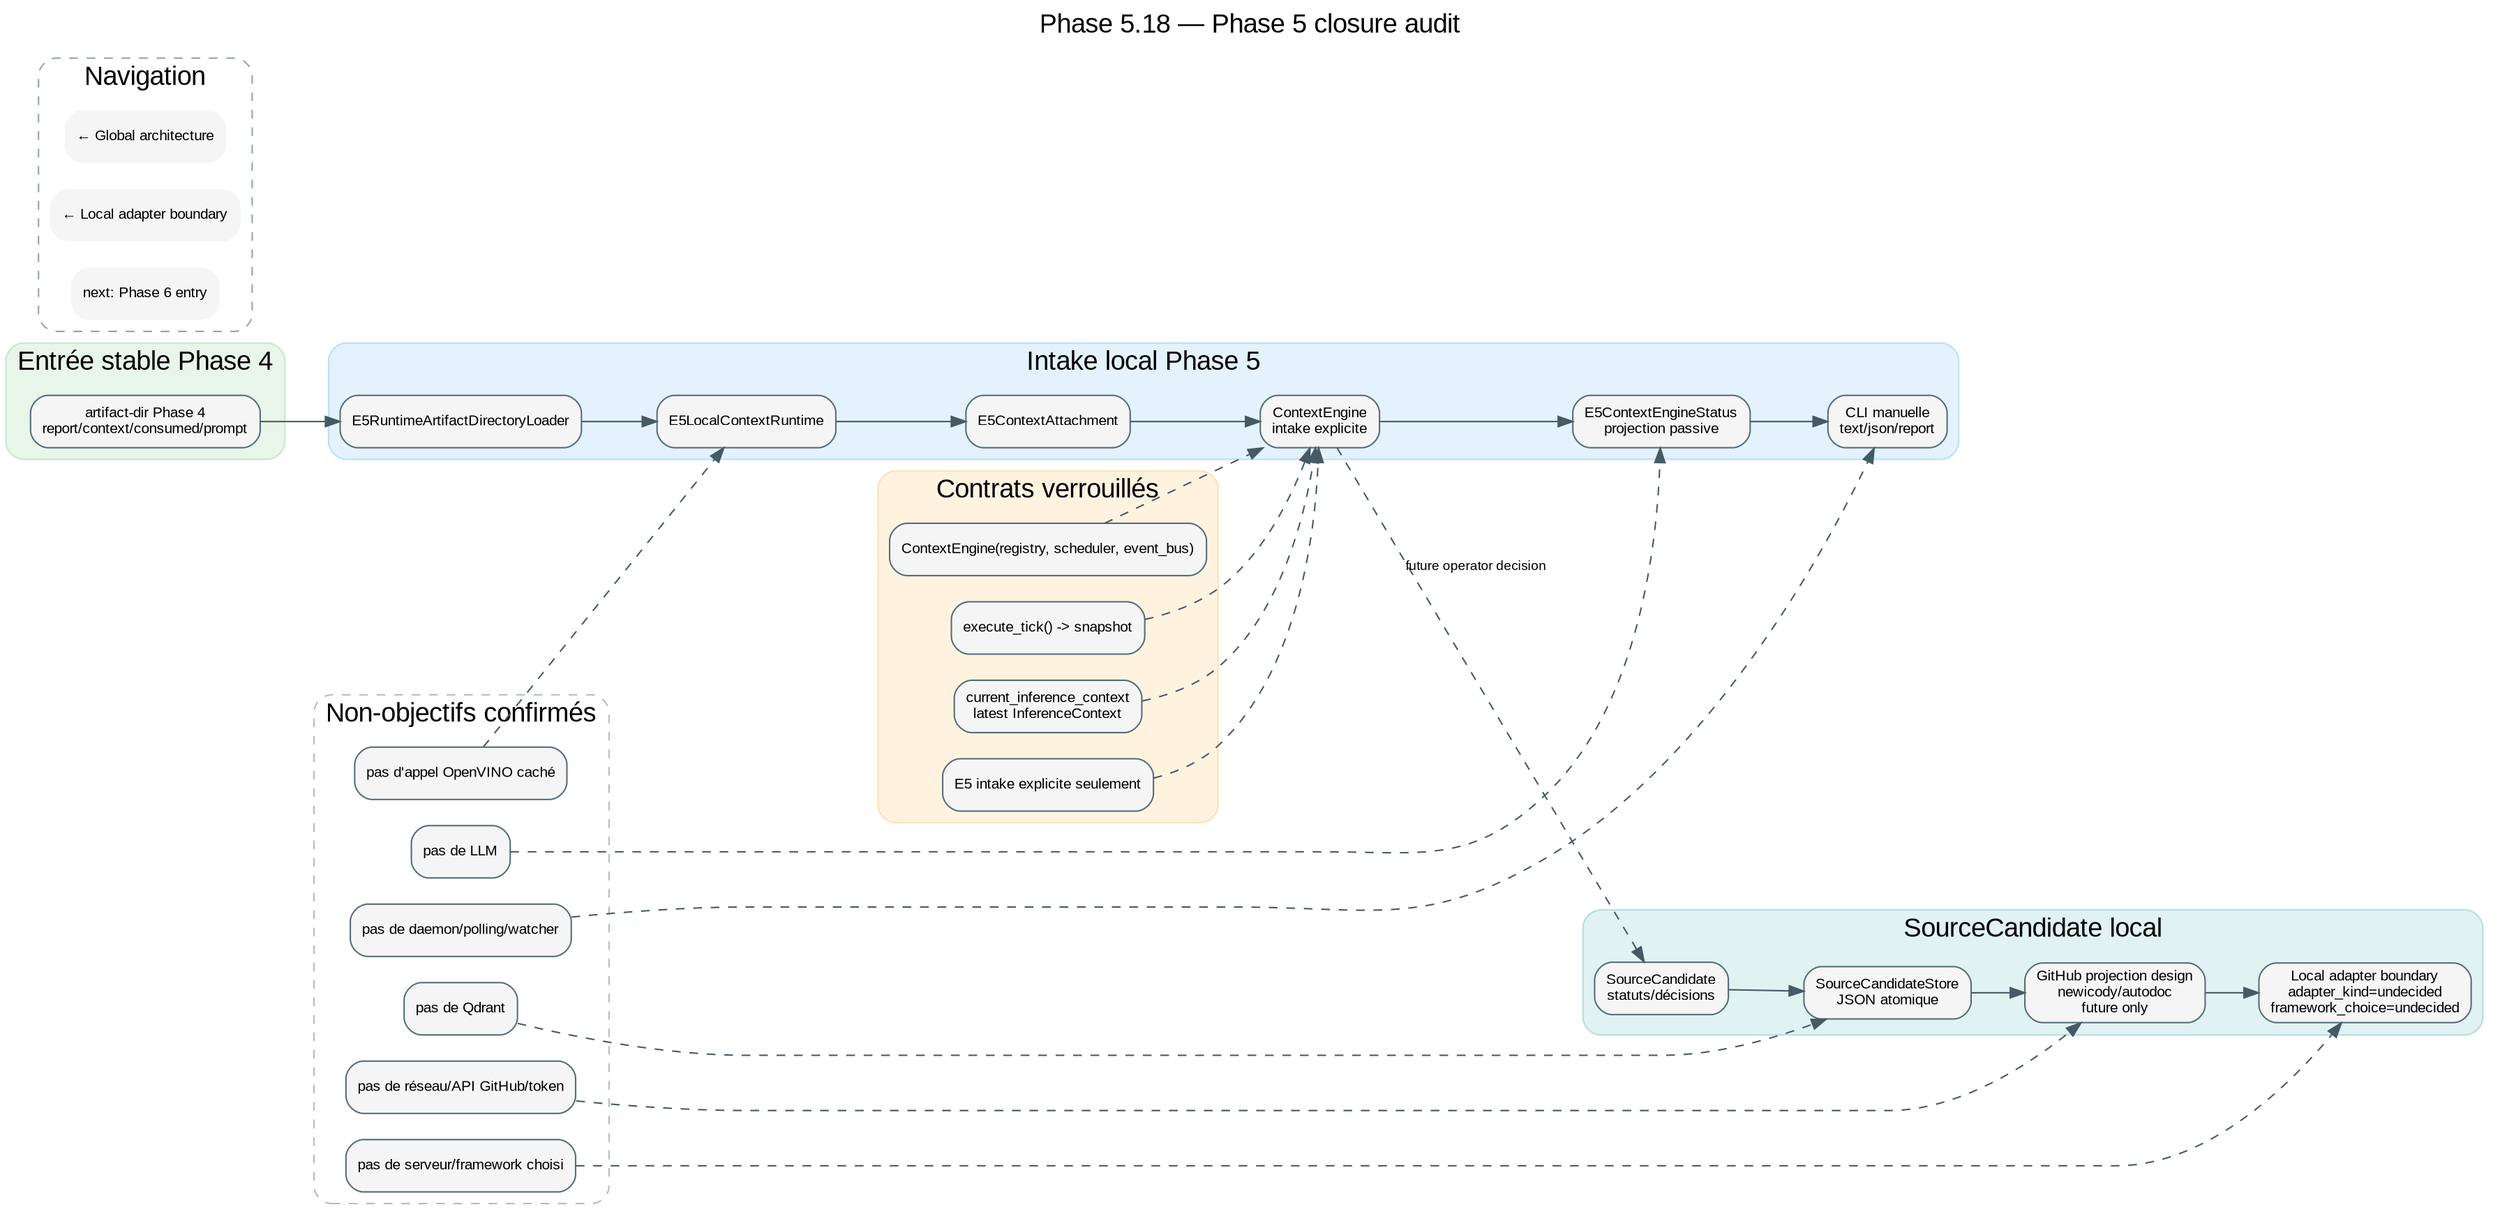
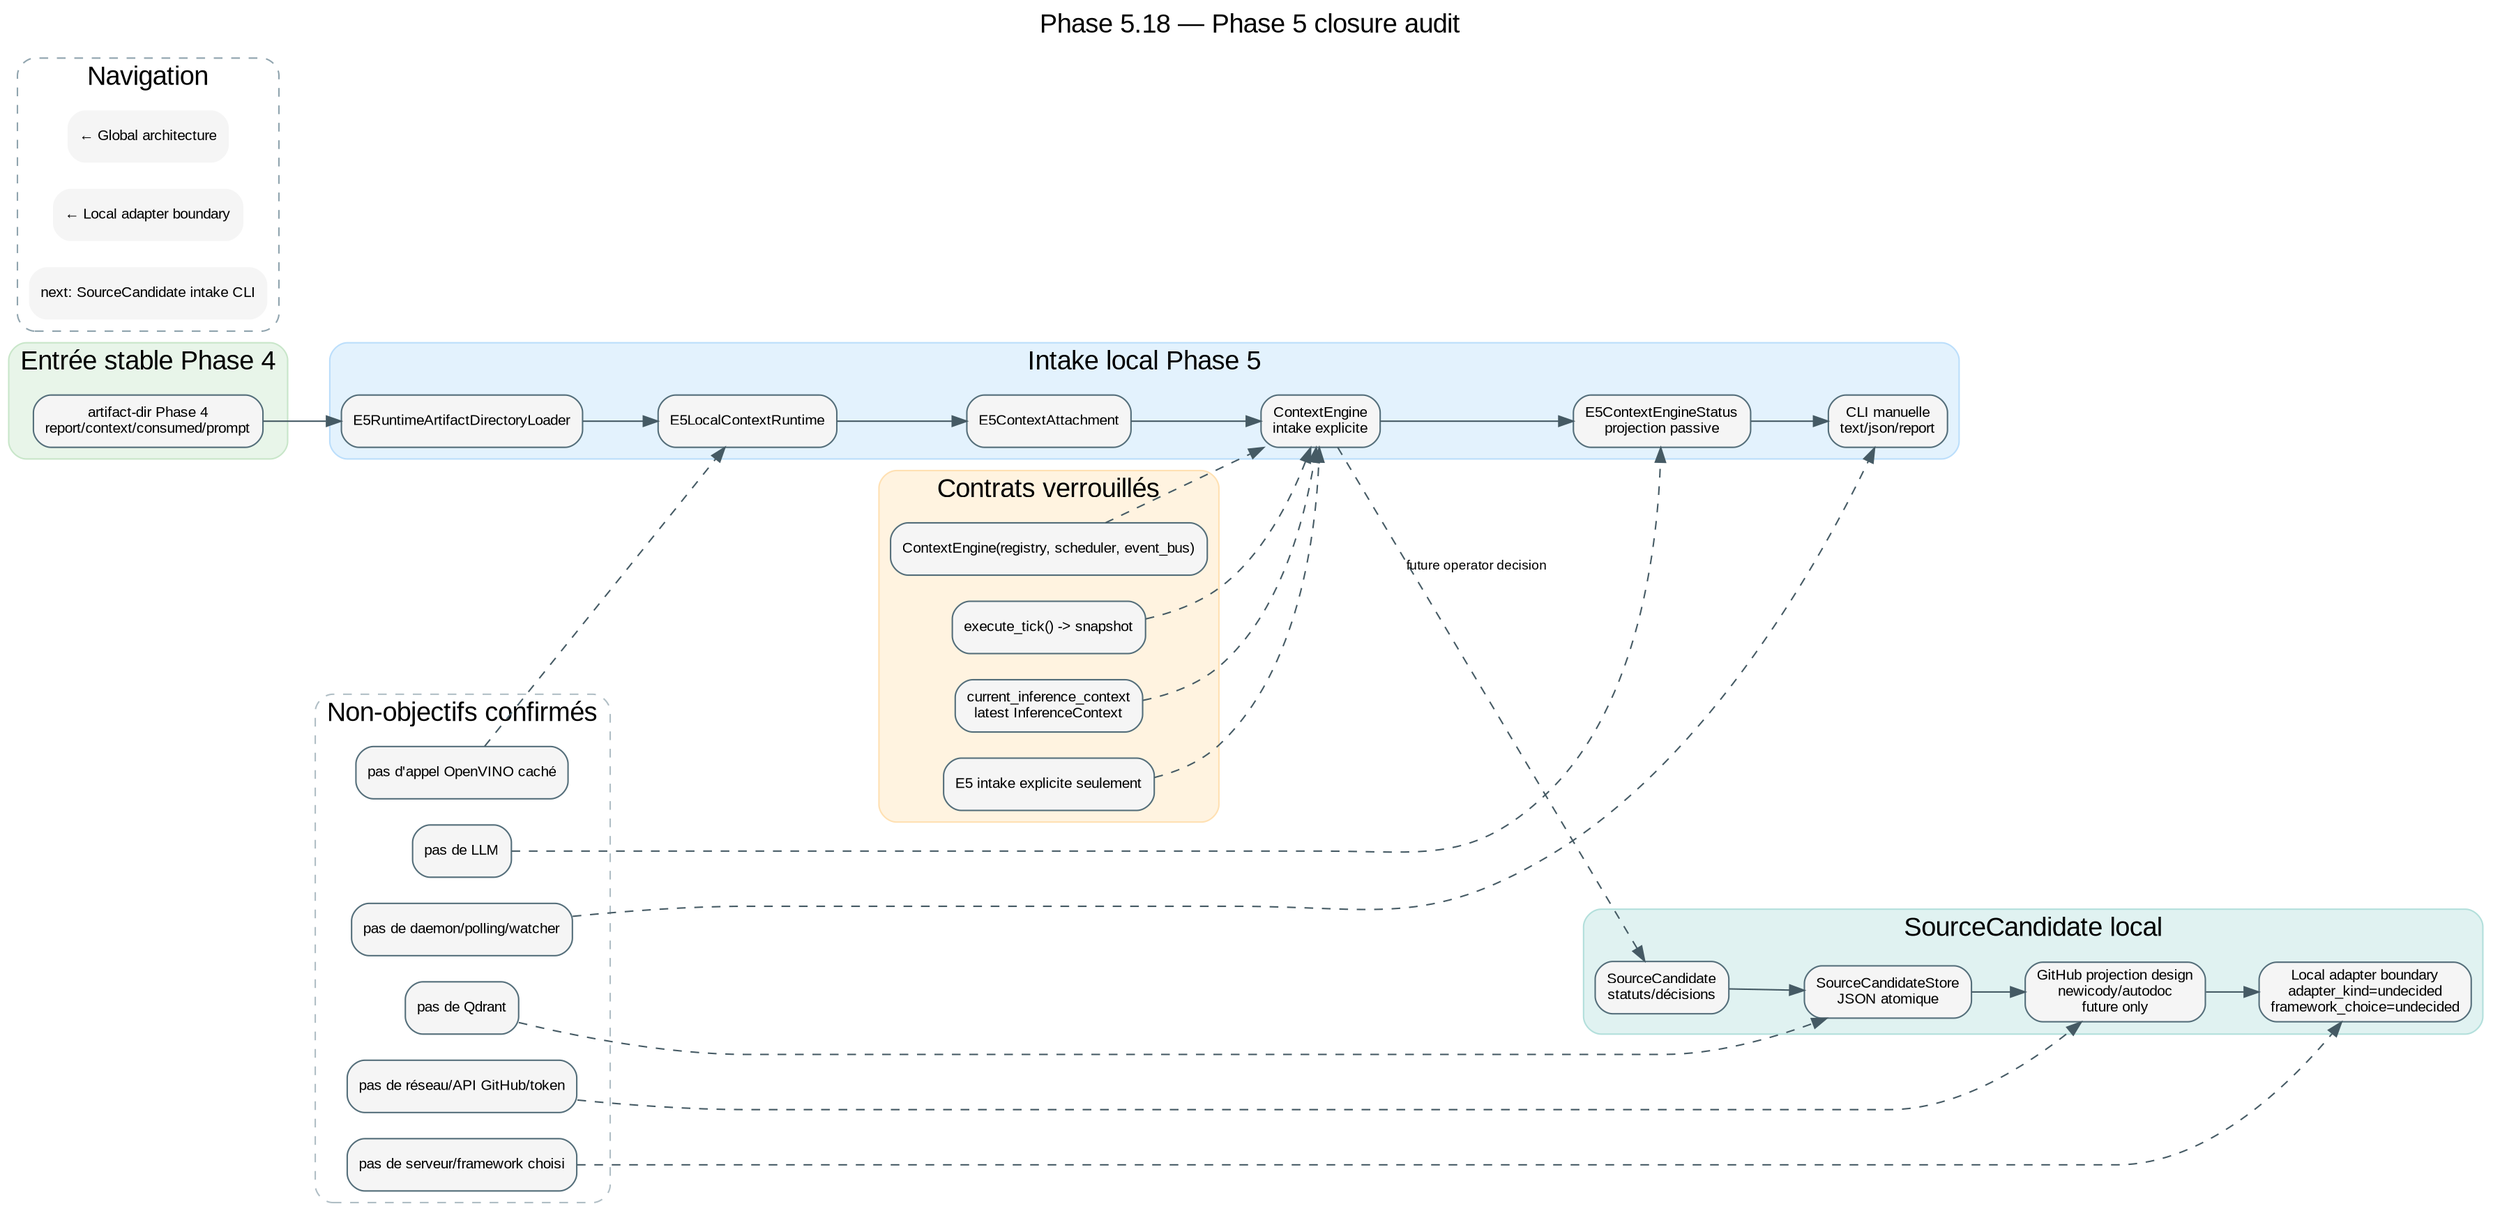
digraph Phase5ClosureAudit {
  graph [
    label="Phase 5.18 — Phase 5 closure audit",
    labelloc=t,
    fontsize=18,
    fontname="Arial",
    rankdir=LR,
    bgcolor="#ffffff"
  ];

  node [shape=box, style="rounded,filled", fontname="Arial", fontsize=10, fillcolor="#f5f5f5", color="#546e7a"];
  edge [fontname="Arial", fontsize=9, color="#455a64"];

  // ROADMAP_PARENT: context/41_local_server_boundary.dot

  subgraph cluster_phase4_input {
    label="Entrée stable Phase 4";
    style="rounded,filled";
    color="#c8e6c9";
    fillcolor="#e8f5e9";

    ArtifactDir [label="artifact-dir Phase 4\nreport/context/consumed/prompt"];
  }

  subgraph cluster_phase5_intake {
    label="Intake local Phase 5";
    style="rounded,filled";
    color="#bbdefb";
    fillcolor="#e3f2fd";

    Loader [label="E5RuntimeArtifactDirectoryLoader"];
    Runtime [label="E5LocalContextRuntime"];
    Attachment [label="E5ContextAttachment"];
    ContextEngine [label="ContextEngine\nintake explicite"];
    Status [label="E5ContextEngineStatus\nprojection passive"];
    CliReport [label="CLI manuelle\ntext/json/report"];
  }

  subgraph cluster_phase5_candidates {
    label="SourceCandidate local";
    style="rounded,filled";
    color="#b2dfdb";
    fillcolor="#e0f2f1";

    Candidate [label="SourceCandidate\nstatuts/décisions"];
    Store [label="SourceCandidateStore\nJSON atomique"];
    GitHubProjection [label="GitHub projection design\nnewicody/autodoc\nfuture only"];
    AdapterBoundary [label="Local adapter boundary\nadapter_kind=undecided\nframework_choice=undecided"];
  }

  subgraph cluster_locked_contracts {
    label="Contrats verrouillés";
    style="rounded,filled";
    color="#ffe0b2";
    fillcolor="#fff3e0";

    Constructor [label="ContextEngine(registry, scheduler, event_bus)"];
    Tick [label="execute_tick() -> snapshot"];
    CurrentContext [label="current_inference_context\nlatest InferenceContext"];
    ExplicitOnly [label="E5 intake explicite seulement"];
  }

  subgraph cluster_not_done {
    label="Non-objectifs confirmés";
    style="rounded,dashed";
    color="#b0bec5";

    NoDaemon [label="pas de daemon/polling/watcher"];
    NoNetwork [label="pas de réseau/API GitHub/token"];
    NoServer [label="pas de serveur/framework choisi"];
    NoQdrant [label="pas de Qdrant"];
    NoLlm [label="pas de LLM"];
    NoOpenVINO [label="pas d'appel OpenVINO caché"];
  }

  ArtifactDir -> Loader -> Runtime -> Attachment -> ContextEngine -> Status -> CliReport;
  Candidate -> Store -> GitHubProjection -> AdapterBoundary;
  ContextEngine -> Candidate [style=dashed, label="future operator decision"];

  Constructor -> ContextEngine [style=dashed];
  Tick -> ContextEngine [style=dashed];
  CurrentContext -> ContextEngine [style=dashed];
  ExplicitOnly -> ContextEngine [style=dashed];

  NoDaemon -> CliReport [style=dashed];
  NoNetwork -> GitHubProjection [style=dashed];
  NoServer -> AdapterBoundary [style=dashed];
  NoQdrant -> Store [style=dashed];
  NoLlm -> Status [style=dashed];
  NoOpenVINO -> Runtime [style=dashed];

  subgraph cluster_navigation {
    label="Navigation";
    style="rounded,dashed";
    color="#90a4ae";

    Global [label="← Global architecture", shape=plaintext, URL="../00_global.svg"];
    Parent [label="← Local adapter boundary", shape=plaintext, URL="41_local_server_boundary.svg"];
-     Next [label="next: Phase 6 entry", shape=plaintext];
+     Next [label="next: SourceCandidate intake CLI", shape=plaintext, URL="43_source_candidate_intake_cli.svg"];
  }

  // HTML_DETAIL[phase5_18]: La Phase 5.18 clôture l'intégration locale contrôlée : artifact-dir E5, runtime local, intake ContextEngine explicite, status/report, SourceCandidate local, projection GitHub documentaire et frontière adapter serveur futur non choisie. Aucun daemon, réseau, API GitHub, token, Qdrant, LLM, serveur réel ou appel OpenVINO caché n'est introduit.
}
